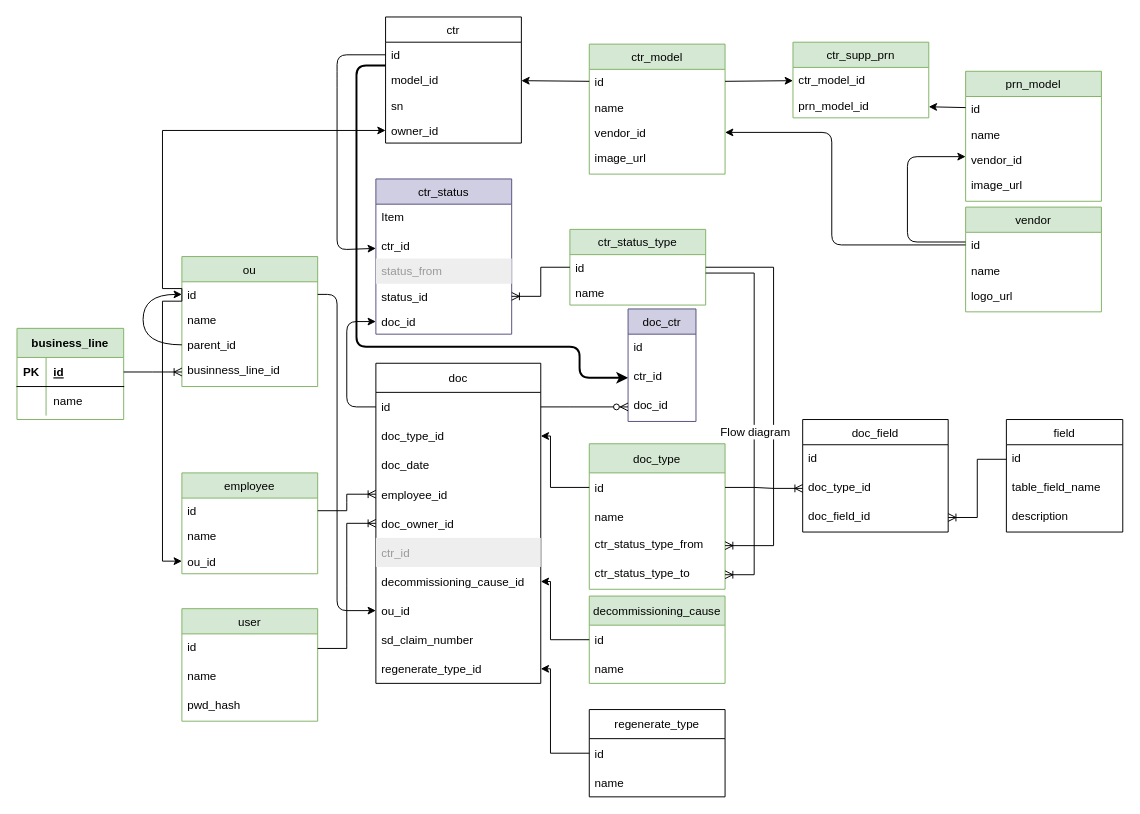
IgorTkachuk/caartridge_accounting keeps this draw.io diagram as page "Ent relationship" (1 of 2) of docs/cartridge_accounting.drawio. Above is the earlier version. Source tidied: cells renumbered, new cells numbered last; positions are measured from the earlier drawing's top-left corner, leaving out a move shared by most shapes. Both pictures are drawn from the tidied source at 97%, with x=0, y=0 at pixel (16, 16).
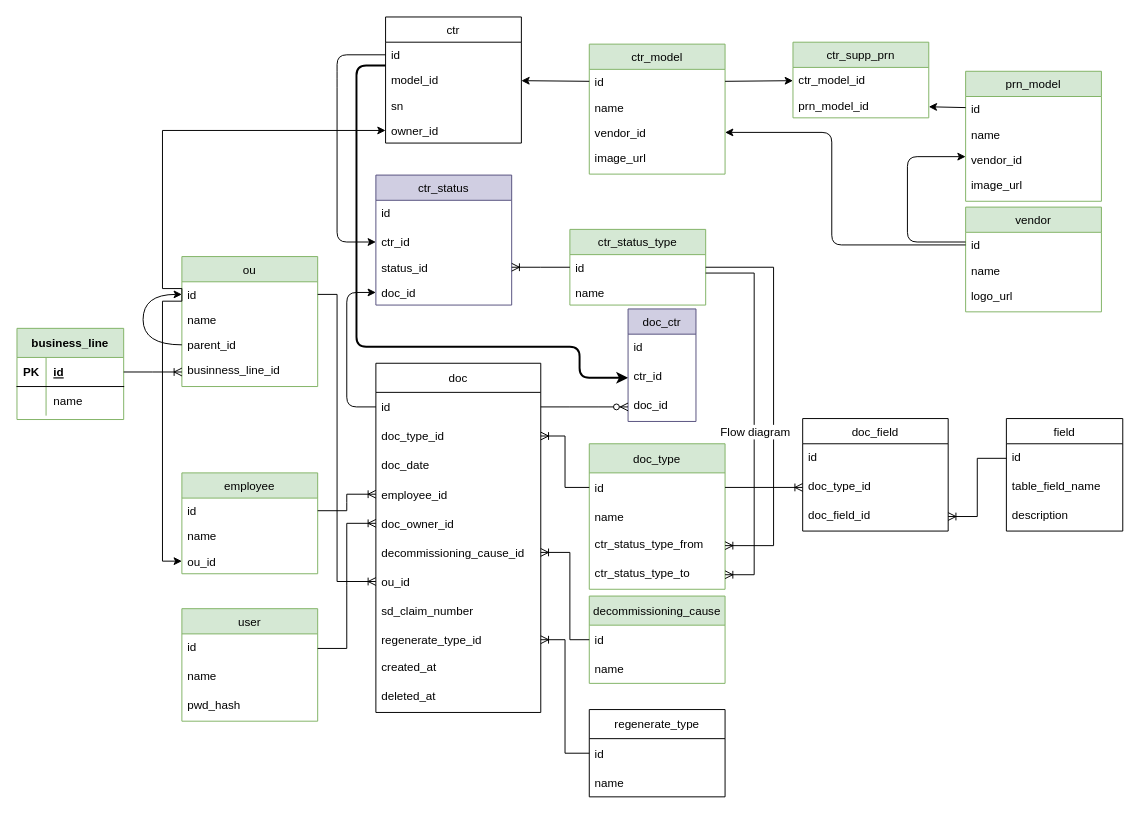
The same diagram, later.

Unchanged cells that the change refers to:
```xml
<mxCell id="3" value="id" style="text;strokeColor=none;fillColor=none;align=left;verticalAlign=top;spacingLeft=4;spacingRight=4;overflow=hidden;points=[[0,0.5],[1,0.5]];portConstraint=eastwest;" parent="2" vertex="1">
  <mxGeometry y="26" width="140" height="26" as="geometry" />
</mxCell>
<mxCell id="29" value="ctr_id" style="text;strokeColor=none;fillColor=none;align=left;verticalAlign=top;spacingLeft=4;spacingRight=4;overflow=hidden;points=[[0,0.5],[1,0.5]];portConstraint=eastwest;" parent="27" vertex="1">
  <mxGeometry y="56" width="140" height="26" as="geometry" />
</mxCell>
<mxCell id="38" value="id" style="text;strokeColor=none;fillColor=none;align=left;verticalAlign=top;spacingLeft=4;spacingRight=4;overflow=hidden;points=[[0,0.5],[1,0.5]];portConstraint=eastwest;" parent="37" vertex="1">
  <mxGeometry y="26" width="140" height="26" as="geometry" />
</mxCell>
<mxCell id="53" value="id" style="text;strokeColor=none;fillColor=none;align=left;verticalAlign=middle;spacingLeft=4;spacingRight=4;overflow=hidden;points=[[0,0.5],[1,0.5]];portConstraint=eastwest;" parent="52" vertex="1">
  <mxGeometry y="30" width="170" height="30" as="geometry" />
</mxCell>
<mxCell id="54" value="doc_type_id" style="text;strokeColor=none;fillColor=none;align=left;verticalAlign=middle;spacingLeft=4;spacingRight=4;overflow=hidden;points=[[0,0.5],[1,0.5]];portConstraint=eastwest;" parent="52" vertex="1">
  <mxGeometry y="60" width="170" height="30" as="geometry" />
</mxCell>
<mxCell id="64" value="id" style="text;strokeColor=none;fillColor=none;align=left;verticalAlign=middle;spacingLeft=4;spacingRight=4;overflow=hidden;points=[[0,0.5],[1,0.5]];portConstraint=eastwest;" parent="63" vertex="1">
  <mxGeometry y="30" width="140" height="30" as="geometry" />
</mxCell>
<mxCell id="72" value="id" style="text;strokeColor=none;fillColor=none;align=left;verticalAlign=middle;spacingLeft=4;spacingRight=4;overflow=hidden;points=[[0,0.5],[1,0.5]];portConstraint=eastwest;" parent="71" vertex="1">
  <mxGeometry y="30" width="140" height="30" as="geometry" />
</mxCell>
<mxCell id="76" value="id" style="text;strokeColor=none;fillColor=none;align=left;verticalAlign=middle;spacingLeft=4;spacingRight=4;overflow=hidden;points=[[0,0.5],[1,0.5]];portConstraint=eastwest;" parent="75" vertex="1">
  <mxGeometry y="30" width="140" height="30" as="geometry" />
</mxCell>
```

Diff of the diagram source:
```diff
@@
     <mxCell id="27" value="ctr_status" style="swimlane;fontStyle=0;horizontal=1;startSize=26;fillColor=#d0cee2;strokeColor=#56517e;" parent="1" vertex="1">
-      <mxGeometry x="370" y="167" width="140" height="160" as="geometry" />
+      <mxGeometry x="370" y="163" width="140" height="134" as="geometry" />
     </mxCell>
-    <mxCell id="28" value="Item" style="text;strokeColor=none;fillColor=none;spacingLeft=4;spacingRight=4;overflow=hidden;fontSize=12;fontColor=#000000;" parent="27" vertex="1">
+    <mxCell id="28" value="id" style="text;strokeColor=none;fillColor=none;spacingLeft=4;spacingRight=4;overflow=hidden;fontSize=12;fontColor=#000000;" parent="27" vertex="1">
       <mxGeometry y="26" width="140" height="30" as="geometry" />
     </mxCell>
@@
-    <mxCell id="30" value="status_from" style="text;strokeColor=none;fillColor=#eeeeee;align=left;verticalAlign=top;spacingLeft=4;spacingRight=4;overflow=hidden;fontColor=#999999;" parent="27" vertex="1">
-      <mxGeometry y="82" width="140" height="26" as="geometry" />
-    </mxCell>
     <mxCell id="31" value="status_id" style="text;strokeColor=none;fillColor=none;align=left;verticalAlign=top;spacingLeft=4;spacingRight=4;overflow=hidden;points=[[0,0.5],[1,0.5]];portConstraint=eastwest;" parent="27" vertex="1">
-      <mxGeometry y="108" width="140" height="26" as="geometry" />
+      <mxGeometry y="82" width="140" height="26" as="geometry" />
     </mxCell>
     <mxCell id="32" value="doc_id" style="text;strokeColor=none;fillColor=none;align=left;verticalAlign=top;spacingLeft=4;spacingRight=4;overflow=hidden;points=[[0,0.5],[1,0.5]];portConstraint=eastwest;" parent="27" vertex="1">
-      <mxGeometry y="134" width="140" height="26" as="geometry" />
+      <mxGeometry y="108" width="140" height="26" as="geometry" />
     </mxCell>
@@
     <mxCell id="36" style="endArrow=classic;html=1;" parent="1" edge="1" source="3" target="29">
       <mxGeometry relative="1" as="geometry">
         <Array as="points">
           <mxPoint x="330" y="39" />
           <mxPoint x="330" y="63" />
-          <mxPoint x="330" y="240" />
+          <mxPoint x="330" y="232" />
         </Array>
       </mxGeometry>
     </mxCell>
@@
     <mxCell id="52" value="doc" style="swimlane;fontStyle=0;horizontal=1;startSize=30;" parent="1" vertex="1">
-      <mxGeometry x="370" y="357" width="170" height="330" as="geometry" />
+      <mxGeometry x="370" y="357" width="170" height="360" as="geometry" />
     </mxCell>
@@
-    <mxCell id="58" value="ctr_id" style="text;strokeColor=none;fillColor=#eeeeee;align=left;verticalAlign=middle;spacingLeft=4;spacingRight=4;overflow=hidden;fontColor=#999999;" parent="52" vertex="1">
-      <mxGeometry y="180" width="170" height="30" as="geometry" />
-    </mxCell>
     <mxCell id="59" value="decommissioning_cause_id" style="text;strokeColor=none;fillColor=none;align=left;verticalAlign=middle;spacingLeft=4;spacingRight=4;overflow=hidden;points=[[0,0.5],[1,0.5]];portConstraint=eastwest;" parent="52" vertex="1">
-      <mxGeometry y="210" width="170" height="30" as="geometry" />
+      <mxGeometry y="180" width="170" height="30" as="geometry" />
     </mxCell>
     <mxCell id="60" value="ou_id" style="text;strokeColor=none;fillColor=none;align=left;verticalAlign=middle;spacingLeft=4;spacingRight=4;overflow=hidden;points=[[0,0.5],[1,0.5]];portConstraint=eastwest;" parent="52" vertex="1">
-      <mxGeometry y="240" width="170" height="30" as="geometry" />
+      <mxGeometry y="210" width="170" height="30" as="geometry" />
     </mxCell>
     <mxCell id="61" value="sd_claim_number" style="text;strokeColor=none;fillColor=none;align=left;verticalAlign=middle;spacingLeft=4;spacingRight=4;overflow=hidden;" parent="52" vertex="1">
-      <mxGeometry y="270" width="170" height="30" as="geometry" />
+      <mxGeometry y="240" width="170" height="30" as="geometry" />
     </mxCell>
     <mxCell id="62" value="regenerate_type_id" style="text;strokeColor=none;fillColor=none;align=left;verticalAlign=middle;spacingLeft=4;spacingRight=4;overflow=hidden;points=[[0,0.5],[1,0.5]];portConstraint=eastwest;" parent="52" vertex="1">
-      <mxGeometry y="300" width="170" height="30" as="geometry" />
+      <mxGeometry y="270" width="170" height="30" as="geometry" />
     </mxCell>
+    <mxCell id="113" value="created_at" style="text;strokeColor=none;fillColor=none;spacingLeft=4;spacingRight=4;overflow=hidden;fontSize=12;fontColor=#000000;" parent="52" vertex="1">
+      <mxGeometry y="300" width="170" height="30" as="geometry" />
+    </mxCell>
+    <mxCell id="114" value="deleted_at" style="text;strokeColor=none;fillColor=none;spacingLeft=4;spacingRight=4;overflow=hidden;fontSize=12;fontColor=#000000;" parent="52" vertex="1">
+      <mxGeometry y="330" width="170" height="30" as="geometry" />
+    </mxCell>
@@
-    <mxCell id="68" style="edgeStyle=orthogonalEdgeStyle;rounded=0;jettySize=auto;html=1;exitX=0;exitY=0.5;exitDx=0;exitDy=0;" parent="1" edge="1" source="64" target="54">
-      <mxGeometry relative="1" as="geometry">
-        <Array as="points">
-          <mxPoint x="550" y="485" />
-          <mxPoint x="550" y="432" />
-        </Array>
-      </mxGeometry>
-    </mxCell>
@@
-    <mxCell id="70" style="edgeStyle=orthogonalEdgeStyle;rounded=1;jettySize=auto;html=1;exitX=1;exitY=0.5;exitDx=0;exitDy=0;" parent="1" edge="1" source="38" target="60">
-      <mxGeometry relative="1" as="geometry">
-        <Array as="points">
-          <mxPoint x="330" y="286" />
-          <mxPoint x="330" y="612" />
-        </Array>
-      </mxGeometry>
-    </mxCell>
@@
-    <mxCell id="74" style="edgeStyle=orthogonalEdgeStyle;rounded=0;jettySize=auto;html=1;exitX=0;exitY=0.5;exitDx=0;exitDy=0;" parent="1" edge="1" source="72" target="59">
-      <mxGeometry relative="1" as="geometry">
-        <Array as="points">
-          <mxPoint x="550" y="642" />
-          <mxPoint x="550" y="582" />
-        </Array>
-      </mxGeometry>
-    </mxCell>
@@
-    <mxCell id="78" style="edgeStyle=orthogonalEdgeStyle;rounded=0;jettySize=auto;html=1;" parent="1" edge="1" source="76" target="62">
-      <mxGeometry relative="1" as="geometry">
-        <Array as="points">
-          <mxPoint x="550" y="759" />
-          <mxPoint x="550" y="672" />
-        </Array>
-      </mxGeometry>
-    </mxCell>
     <mxCell id="79" style="edgeStyle=orthogonalEdgeStyle;jettySize=auto;html=1;exitX=0;exitY=0.5;exitDx=0;exitDy=0;entryX=0;entryY=0.5;entryDx=0;entryDy=0;fontSize=10;strokeColor=default;strokeWidth=1;rounded=1;" parent="1" edge="1" source="53" target="32">
       <mxGeometry relative="1" as="geometry">
         <Array as="points">
           <mxPoint x="340" y="402" />
-          <mxPoint x="340" y="314" />
+          <mxPoint x="340" y="284" />
         </Array>
       </mxGeometry>
     </mxCell>
@@
     <mxCell id="102" value="doc_field" style="swimlane;fontStyle=0;horizontal=1;startSize=26;align=center;fontSize=12;" parent="1" vertex="1">
-      <mxGeometry x="810" y="415" width="150" height="116" as="geometry" />
+      <mxGeometry x="810" y="414" width="150" height="116" as="geometry" />
     </mxCell>
@@
     <mxCell id="107" value="field" style="swimlane;fontStyle=0;horizontal=1;startSize=26;align=center;fontSize=12;" parent="1" vertex="1">
-      <mxGeometry x="1020" y="415" width="120" height="116" as="geometry" />
+      <mxGeometry x="1020" y="414" width="120" height="116" as="geometry" />
     </mxCell>
@@
+    <mxCell id="70" style="edgeStyle=orthogonalEdgeStyle;fontSize=12;html=1;endArrow=ERoneToMany;rounded=0;fontColor=#000000;entryX=0;entryY=0.5;entryDx=0;entryDy=0;" parent="1" edge="1" source="38" target="60">
+      <mxGeometry relative="1" as="geometry">
+        <Array as="points">
+          <mxPoint x="330" y="286" />
+          <mxPoint x="330" y="582" />
+        </Array>
+      </mxGeometry>
+    </mxCell>
+    <mxCell id="74" style="edgeStyle=orthogonalEdgeStyle;fontSize=12;html=1;endArrow=ERoneToMany;rounded=0;fontColor=#000000;exitX=0;exitY=0.5;exitDx=0;exitDy=0;" parent="1" edge="1" source="72" target="59">
+      <mxGeometry relative="1" as="geometry">
+        <Array as="points">
+          <mxPoint x="570" y="642" />
+          <mxPoint x="570" y="552" />
+        </Array>
+      </mxGeometry>
+    </mxCell>
+    <mxCell id="78" style="edgeStyle=orthogonalEdgeStyle;fontSize=12;html=1;endArrow=ERoneToMany;rounded=0;fontColor=#000000;exitX=0;exitY=0.5;exitDx=0;exitDy=0;" parent="1" edge="1" source="76" target="62">
+      <mxGeometry relative="1" as="geometry" />
+    </mxCell>
+    <mxCell id="68" style="edgeStyle=orthogonalEdgeStyle;fontSize=12;html=1;endArrow=ERoneToMany;rounded=0;fontColor=#000000;" parent="1" edge="1" source="64" target="54">
+      <mxGeometry relative="1" as="geometry" />
+    </mxCell>
```
